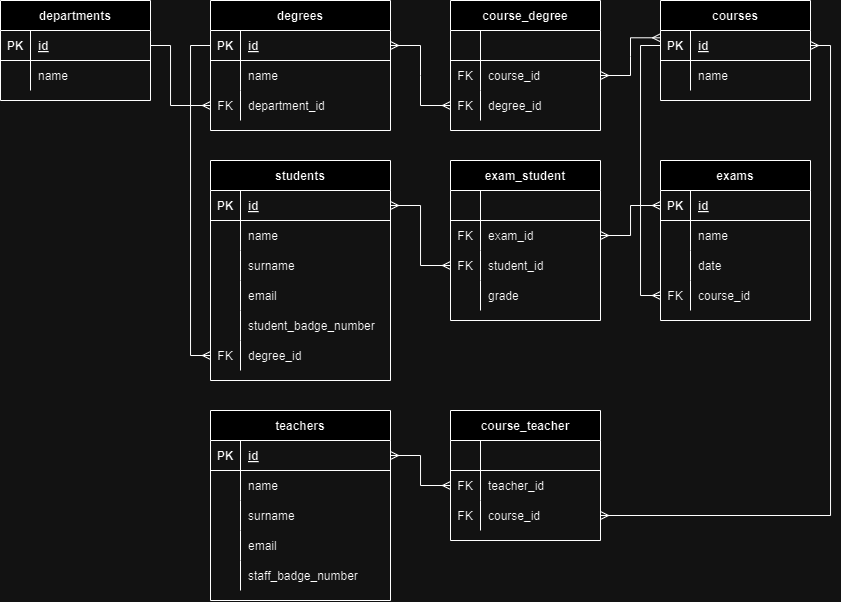
Before: db-university.drawio.png, a diagram exported from draw.io (leonardo-guglielmini/db-university). Source tidied: cells renumbered, new cells last; positions are measured from the earlier drawing's top-left corner, leaving out a move shared by most shapes.
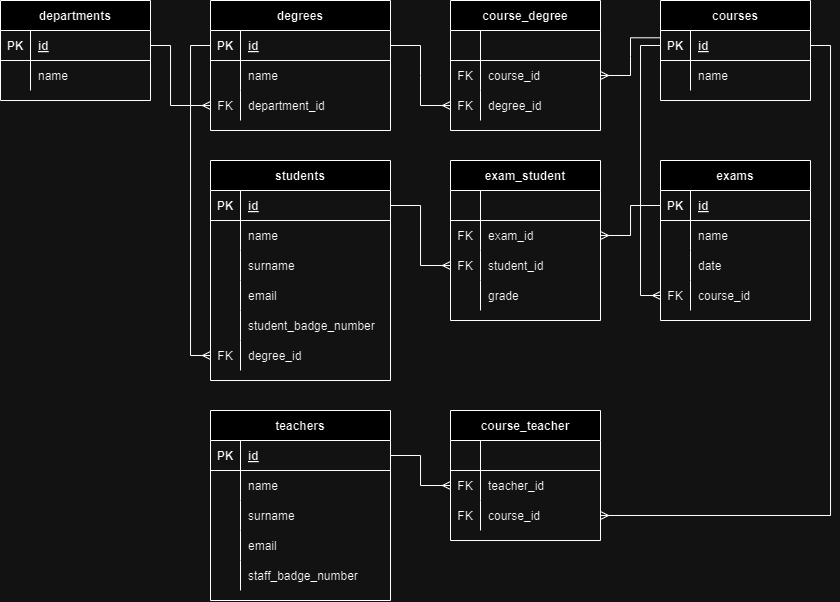
Above is the later version.

Commit message:
FIXED many to many relationship arrow style

What changed in the source:
```diff
@@ -53,7 +53,7 @@
     <mxCell id="18" value="department_id" style="shape=partialRectangle;overflow=hidden;fillColor=none;top=0;left=0;bottom=0;right=0;align=left;spacingLeft=6;" parent="16" vertex="1">
       <mxGeometry x="30" width="150" height="30" as="geometry" />
     </mxCell>
-    <mxCell id="19" style="edgeStyle=orthogonalEdgeStyle;rounded=0;jettySize=auto;html=1;exitX=1;exitY=0.5;exitDx=0;exitDy=0;entryX=1;entryY=0.5;entryDx=0;entryDy=0;startArrow=ERmany;startFill=0;endArrow=ERmany;endFill=0;" parent="1" edge="1" source="93" target="87">
+    <mxCell id="19" style="edgeStyle=orthogonalEdgeStyle;rounded=0;jettySize=auto;html=1;exitX=1;exitY=0.5;exitDx=0;exitDy=0;entryX=1;entryY=0.5;entryDx=0;entryDy=0;startArrow=none;startFill=0;endArrow=ERmany;endFill=0;" parent="1" edge="1" source="93" target="87">
       <mxGeometry relative="1" as="geometry" />
     </mxCell>
     <mxCell id="20" value="teachers" style="shape=table;startSize=30;rowLines=0;fontStyle=1;align=center;" parent="1" vertex="1">
@@ -230,10 +230,10 @@
     <mxCell id="77" value="degree_id" style="shape=partialRectangle;overflow=hidden;fillColor=none;top=0;left=0;bottom=0;right=0;align=left;spacingLeft=6;" parent="75" vertex="1">
       <mxGeometry x="30" width="120" height="30" as="geometry" />
     </mxCell>
-    <mxCell id="78" style="edgeStyle=entityRelationEdgeStyle;fontSize=12;html=1;endArrow=ERmany;startArrow=ERmany;rounded=0;" parent="1" edge="1" source="10" target="75">
+    <mxCell id="78" style="edgeStyle=entityRelationEdgeStyle;fontSize=12;html=1;endArrow=ERmany;startArrow=none;rounded=0;startFill=0;" parent="1" edge="1" source="10" target="75">
       <mxGeometry relative="1" as="geometry" />
     </mxCell>
-    <mxCell id="79" style="edgeStyle=entityRelationEdgeStyle;fontSize=12;html=1;endArrow=ERmany;startArrow=ERmany;rounded=0;exitX=1;exitY=0.5;exitDx=0;exitDy=0;entryX=0;entryY=0.243;entryDx=0;entryDy=0;entryPerimeter=0;" parent="1" edge="1" source="72" target="93">
+    <mxCell id="79" style="edgeStyle=entityRelationEdgeStyle;fontSize=12;html=1;endArrow=none;startArrow=ERmany;rounded=0;exitX=1;exitY=0.5;exitDx=0;exitDy=0;entryX=0;entryY=0.243;entryDx=0;entryDy=0;entryPerimeter=0;endFill=0;" parent="1" edge="1" source="72" target="93">
       <mxGeometry relative="1" as="geometry">
         <Array as="points">
           <mxPoint x="805" y="65" />
@@ -270,7 +270,7 @@
     <mxCell id="89" value="course_id" style="shape=partialRectangle;overflow=hidden;fillColor=none;top=0;left=0;bottom=0;right=0;align=left;spacingLeft=6;" parent="87" vertex="1">
       <mxGeometry x="30" width="120" height="30" as="geometry" />
     </mxCell>
-    <mxCell id="90" style="edgeStyle=orthogonalEdgeStyle;rounded=0;jettySize=auto;html=1;exitX=0;exitY=0.5;exitDx=0;exitDy=0;entryX=1;entryY=0.5;entryDx=0;entryDy=0;startArrow=ERmany;startFill=0;endArrow=ERmany;endFill=0;" parent="1" edge="1" source="84" target="21">
+    <mxCell id="90" style="edgeStyle=orthogonalEdgeStyle;rounded=0;jettySize=auto;html=1;exitX=0;exitY=0.5;exitDx=0;exitDy=0;entryX=1;entryY=0.5;entryDx=0;entryDy=0;startArrow=ERmany;startFill=0;endArrow=none;endFill=0;" parent="1" edge="1" source="84" target="21">
       <mxGeometry relative="1" as="geometry" />
     </mxCell>
     <mxCell id="91" style="edgeStyle=orthogonalEdgeStyle;rounded=0;jettySize=auto;html=1;exitX=0;exitY=0.5;exitDx=0;exitDy=0;entryX=0;entryY=0.5;entryDx=0;entryDy=0;endArrow=ERmany;endFill=0;" parent="1" edge="1" source="10" target="65">
@@ -357,10 +357,10 @@
     <mxCell id="113" value="grade" style="shape=partialRectangle;overflow=hidden;fillColor=none;top=0;left=0;bottom=0;right=0;align=left;spacingLeft=6;" parent="111" vertex="1">
       <mxGeometry x="30" width="120" height="30" as="geometry" />
     </mxCell>
-    <mxCell id="114" style="edgeStyle=orthogonalEdgeStyle;rounded=0;jettySize=auto;html=1;exitX=1;exitY=0.5;exitDx=0;exitDy=0;entryX=0;entryY=0.5;entryDx=0;entryDy=0;startArrow=ERmany;startFill=0;endArrow=ERmany;endFill=0;" parent="1" edge="1" source="50" target="108">
+    <mxCell id="114" style="edgeStyle=orthogonalEdgeStyle;rounded=0;jettySize=auto;html=1;exitX=1;exitY=0.5;exitDx=0;exitDy=0;entryX=0;entryY=0.5;entryDx=0;entryDy=0;startArrow=none;startFill=0;endArrow=ERmany;endFill=0;" parent="1" edge="1" source="50" target="108">
       <mxGeometry relative="1" as="geometry" />
     </mxCell>
-    <mxCell id="115" style="edgeStyle=orthogonalEdgeStyle;rounded=0;jettySize=auto;html=1;exitX=0;exitY=0.5;exitDx=0;exitDy=0;entryX=1;entryY=0.5;entryDx=0;entryDy=0;startArrow=ERmany;startFill=0;endArrow=ERmany;endFill=0;" parent="1" edge="1" source="37" target="105">
+    <mxCell id="115" style="edgeStyle=orthogonalEdgeStyle;rounded=0;jettySize=auto;html=1;exitX=0;exitY=0.5;exitDx=0;exitDy=0;entryX=1;entryY=0.5;entryDx=0;entryDy=0;startArrow=none;startFill=0;endArrow=ERmany;endFill=0;" parent="1" edge="1" source="37" target="105">
       <mxGeometry relative="1" as="geometry" />
     </mxCell>
   </root>
```
